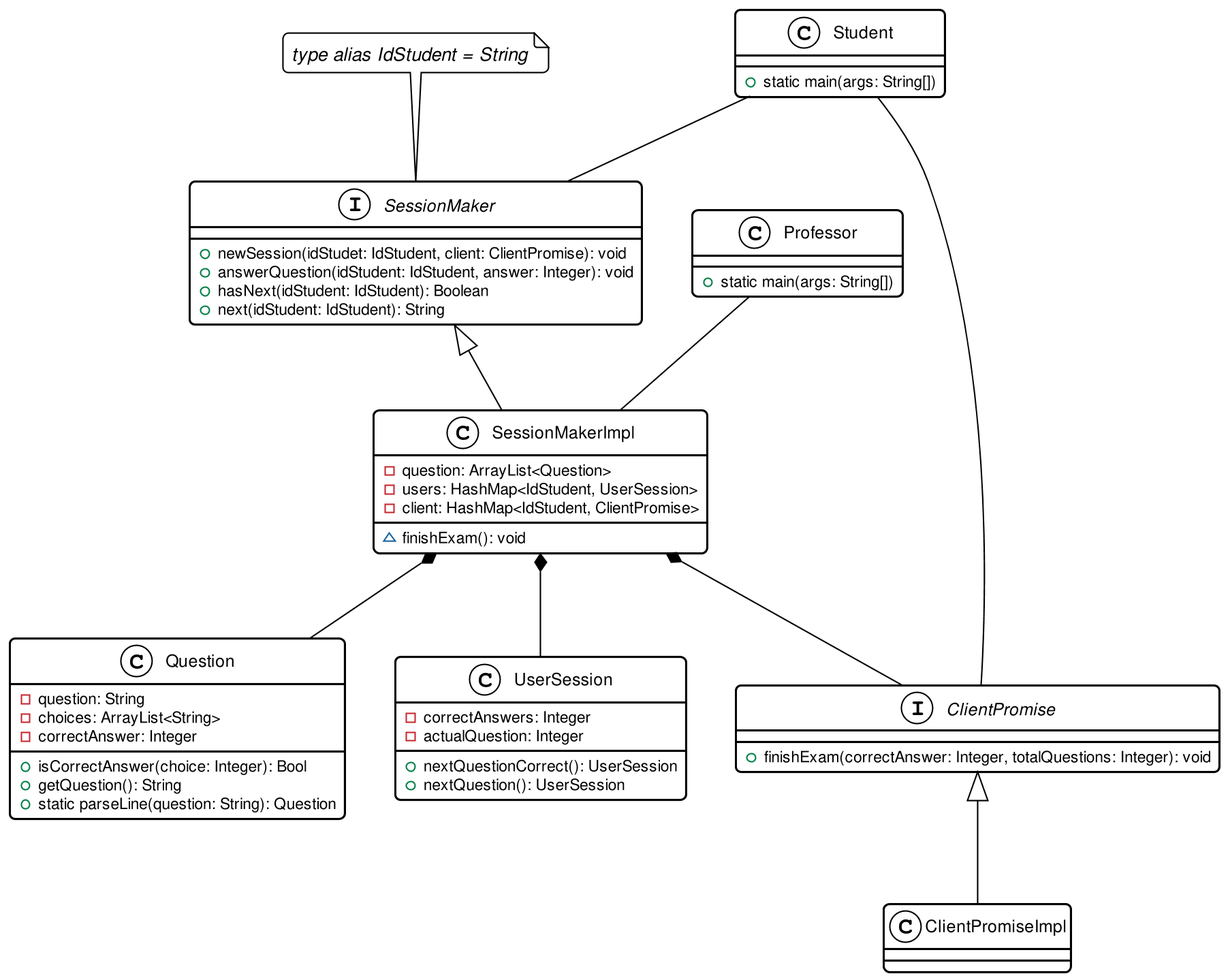
Above: doc/img/uml-classes.png in sergisi/java-rmi (PlantUML), before the change.
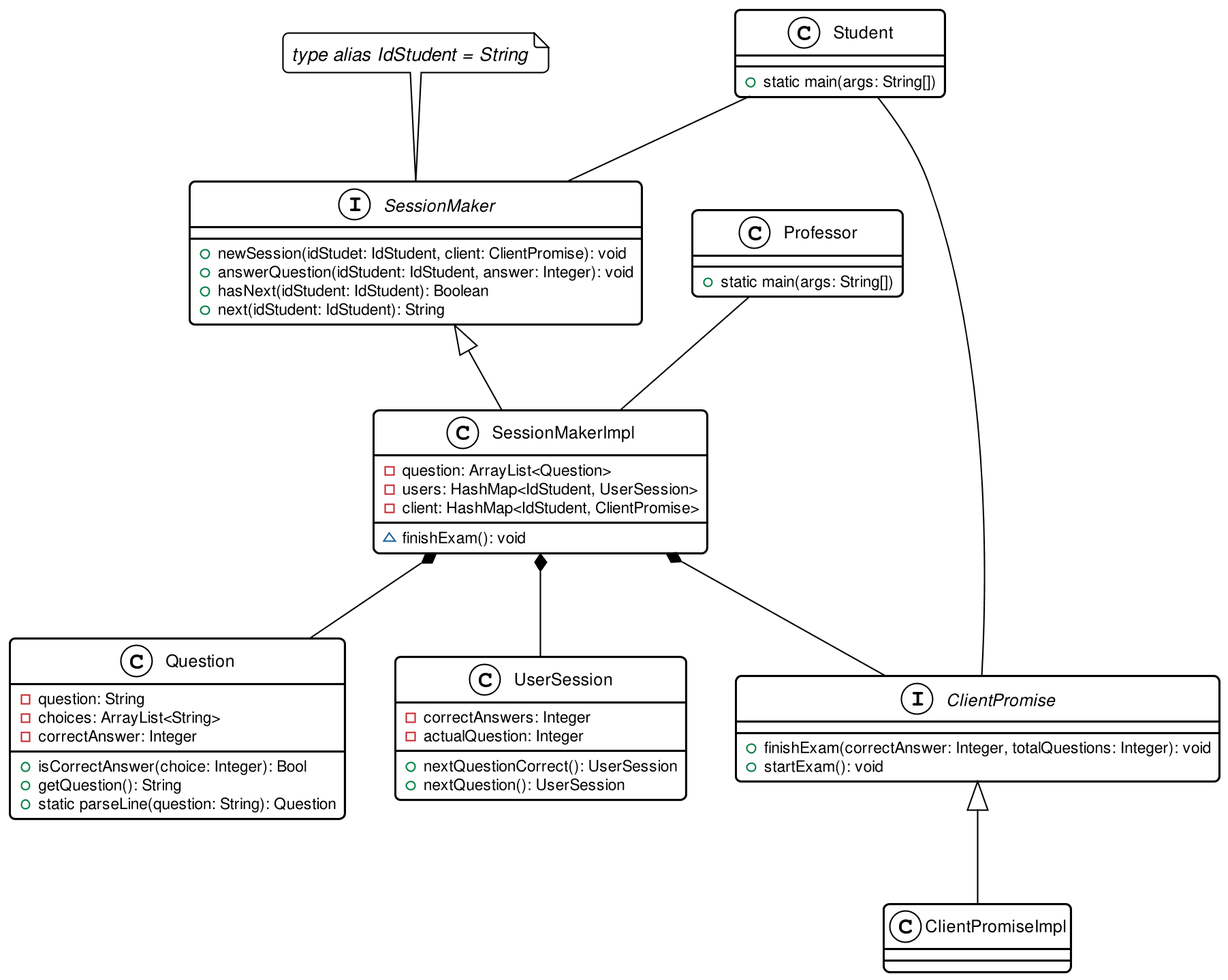
The same diagram one commit later.

Commit message:
Added start method.

Diff of the diagram source:
```diff
@@ -39,6 +39,7 @@
 
 interface ClientPromise {
     + finishExam(correctAnswer: Integer, totalQuestions: Integer): void
+    + startExam(): void
 }
 
 class ClientPromiseImpl {
```
